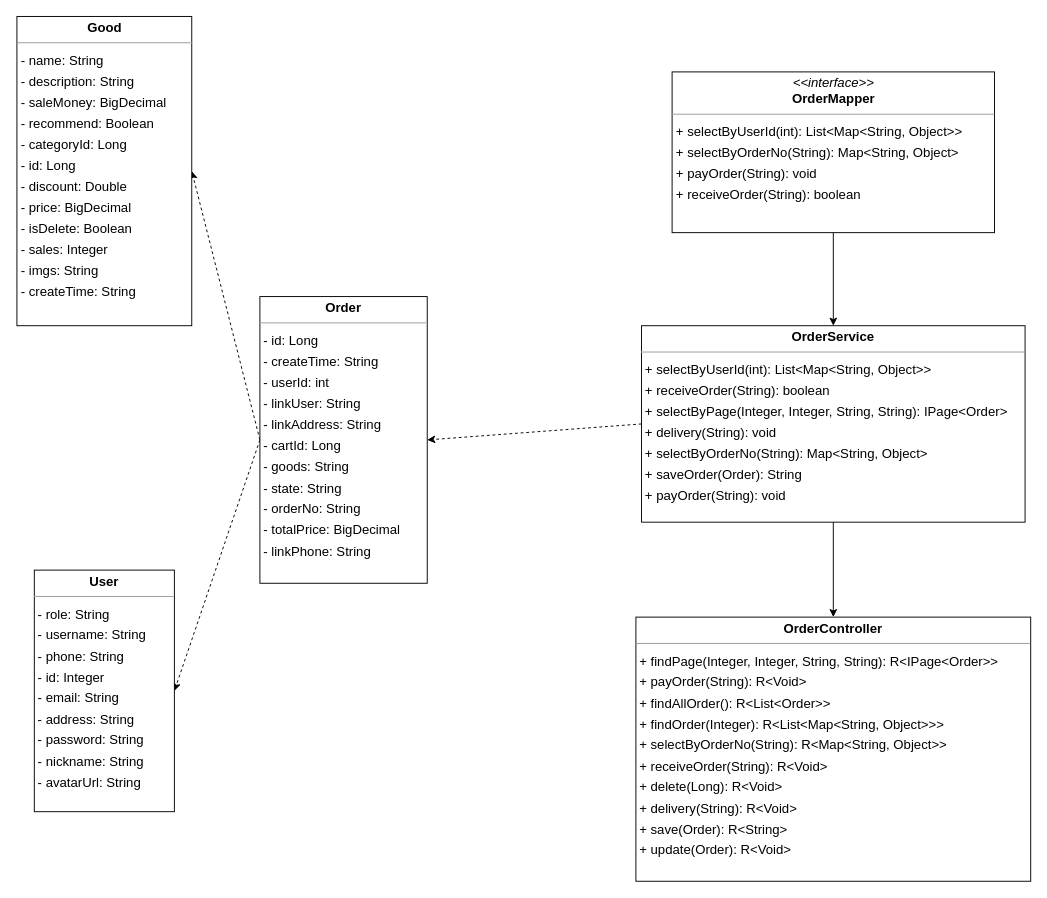
Above: order_uml.drawio in thinklive1/iodraw-files (draw.io), before the change. Source tidied: cells renumbered, new cells numbered last; positions are measured from the earlier drawing's top-left corner, leaving out a move shared by most shapes. Both pictures are drawn from the tidied source at 94%, with x=0, y=0 at pixel (17, 16).
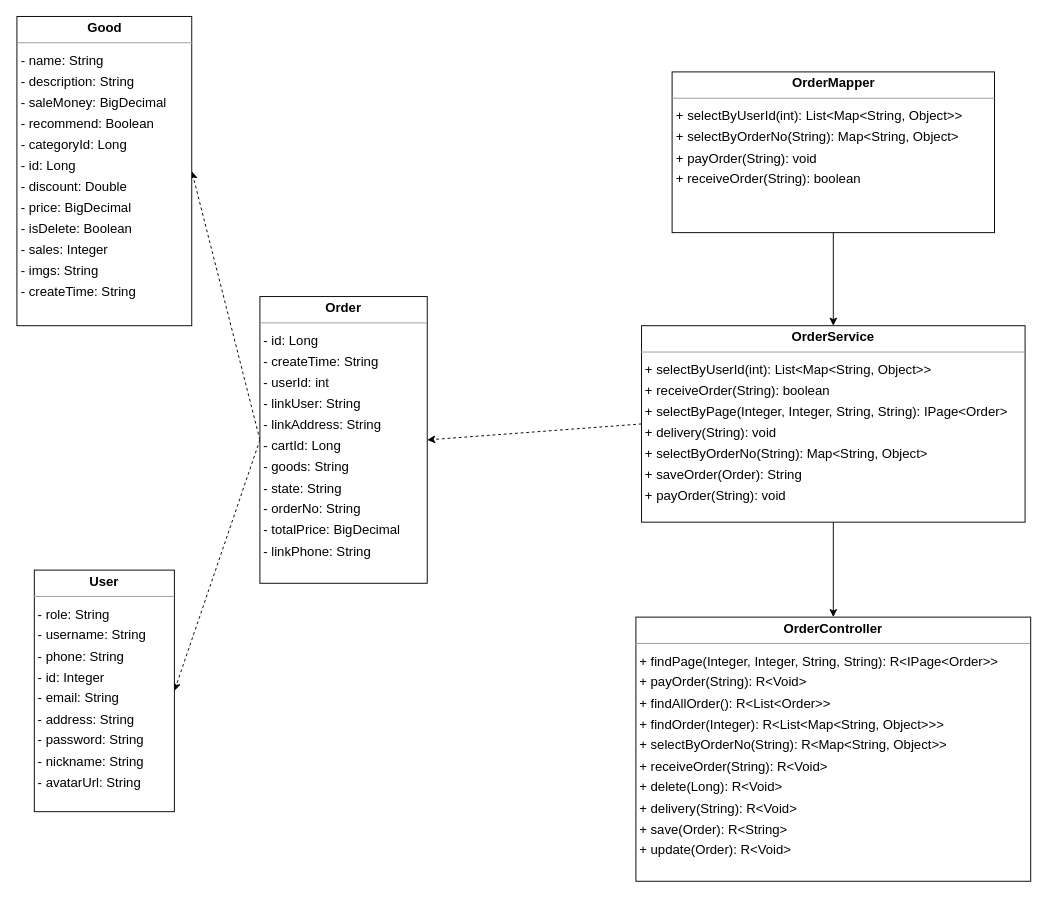
Above is the later version.

What changed in the source:
```diff
@@
 <mxGraphModel>
   <root>
     <mxCell id="0" />
     <mxCell id="1" parent="0" />
     <mxCell id="2" style="edgeStyle=none;rounded=0;jettySize=auto;html=1;strokeColor=default;align=center;verticalAlign=middle;fontFamily=Helvetica;fontSize=11;fontColor=default;labelBackgroundColor=default;endArrow=classic;" parent="1" edge="1" source="3" target="10">
       <mxGeometry relative="1" as="geometry" />
     </mxCell>
-    <mxCell id="3" value="&lt;p style=&quot;margin:0px;margin-top:4px;text-align:center;&quot;&gt;&lt;i&gt;&amp;lt;&amp;lt;interface&amp;gt;&amp;gt;&lt;/i&gt;&lt;br/&gt;&lt;b&gt;OrderMapper&lt;/b&gt;&lt;/p&gt;&lt;hr size=&quot;1&quot;/&gt;&lt;p style=&quot;margin:0 0 0 4px;line-height:1.6;&quot;&gt;+ selectByUserId(int): List&amp;lt;Map&amp;lt;String, Object&amp;gt;&amp;gt;&lt;br/&gt;+ selectByOrderNo(String): Map&amp;lt;String, Object&amp;gt;&lt;br/&gt;+ payOrder(String): void&lt;br/&gt;+ receiveOrder(String): boolean&lt;/p&gt;" style="verticalAlign=top;align=left;overflow=fill;fontSize=14;fontFamily=Helvetica;html=1;rounded=0;shadow=0;comic=0;labelBackgroundColor=none;strokeWidth=1;" parent="1" vertex="1">
+    <mxCell id="3" value="&lt;p style=&quot;margin:0px;margin-top:4px;text-align:center;&quot;&gt;&lt;b&gt;OrderMapper&lt;/b&gt;&lt;/p&gt;&lt;hr size=&quot;1&quot;&gt;&lt;p style=&quot;margin:0 0 0 4px;line-height:1.6;&quot;&gt;+ selectByUserId(int): List&amp;lt;Map&amp;lt;String, Object&amp;gt;&amp;gt;&lt;br&gt;+ selectByOrderNo(String): Map&amp;lt;String, Object&amp;gt;&lt;br&gt;+ payOrder(String): void&lt;br&gt;+ receiveOrder(String): boolean&lt;/p&gt;" style="verticalAlign=top;align=left;overflow=fill;fontSize=14;fontFamily=Helvetica;html=1;rounded=0;shadow=0;comic=0;labelBackgroundColor=none;strokeWidth=1;" parent="1" vertex="1">
       <mxGeometry x="696.5" y="59" width="343" height="171" as="geometry" />
     </mxCell>
     <mxCell id="4" style="edgeStyle=none;rounded=0;jettySize=auto;html=1;exitX=0;exitY=0.5;exitDx=0;exitDy=0;entryX=1;entryY=0.5;entryDx=0;entryDy=0;dashed=1;strokeColor=default;align=center;verticalAlign=middle;fontFamily=Helvetica;fontSize=11;fontColor=default;labelBackgroundColor=default;endArrow=classic;" parent="1" edge="1" source="6" target="12">
       <mxGeometry relative="1" as="geometry" />
     </mxCell>
     <mxCell id="5" style="edgeStyle=none;rounded=0;jettySize=auto;html=1;exitX=0;exitY=0.5;exitDx=0;exitDy=0;entryX=1;entryY=0.5;entryDx=0;entryDy=0;dashed=1;strokeColor=default;align=center;verticalAlign=middle;fontFamily=Helvetica;fontSize=11;fontColor=default;labelBackgroundColor=default;endArrow=classic;" parent="1" edge="1" source="6" target="11">
       <mxGeometry relative="1" as="geometry" />
     </mxCell>
     <mxCell id="6" value="&lt;p style=&quot;margin:0px;margin-top:4px;text-align:center;&quot;&gt;&lt;b&gt;Order&lt;/b&gt;&lt;/p&gt;&lt;hr size=&quot;1&quot;/&gt;&lt;p style=&quot;margin:0 0 0 4px;line-height:1.6;&quot;&gt;- id: Long&lt;br/&gt;- createTime: String&lt;br/&gt;- userId: int&lt;br/&gt;- linkUser: String&lt;br/&gt;- linkAddress: String&lt;br/&gt;- cartId: Long&lt;br/&gt;- goods: String&lt;br/&gt;- state: String&lt;br/&gt;- orderNo: String&lt;br/&gt;- totalPrice: BigDecimal&lt;br/&gt;- linkPhone: String&lt;/p&gt;" style="verticalAlign=top;align=left;overflow=fill;fontSize=14;fontFamily=Helvetica;html=1;rounded=0;shadow=0;comic=0;labelBackgroundColor=none;strokeWidth=1;" parent="1" vertex="1">
       <mxGeometry x="258" y="298" width="178" height="305" as="geometry" />
     </mxCell>
     <mxCell id="7" value="&lt;p style=&quot;margin:0px;margin-top:4px;text-align:center;&quot;&gt;&lt;b&gt;OrderController&lt;/b&gt;&lt;/p&gt;&lt;hr size=&quot;1&quot;/&gt;&lt;p style=&quot;margin:0 0 0 4px;line-height:1.6;&quot;&gt;+ findPage(Integer, Integer, String, String): R&amp;lt;IPage&amp;lt;Order&amp;gt;&amp;gt;&lt;br/&gt;+ payOrder(String): R&amp;lt;Void&amp;gt;&lt;br/&gt;+ findAllOrder(): R&amp;lt;List&amp;lt;Order&amp;gt;&amp;gt;&lt;br/&gt;+ findOrder(Integer): R&amp;lt;List&amp;lt;Map&amp;lt;String, Object&amp;gt;&amp;gt;&amp;gt;&lt;br/&gt;+ selectByOrderNo(String): R&amp;lt;Map&amp;lt;String, Object&amp;gt;&amp;gt;&lt;br/&gt;+ receiveOrder(String): R&amp;lt;Void&amp;gt;&lt;br/&gt;+ delete(Long): R&amp;lt;Void&amp;gt;&lt;br/&gt;+ delivery(String): R&amp;lt;Void&amp;gt;&lt;br/&gt;+ save(Order): R&amp;lt;String&amp;gt;&lt;br/&gt;+ update(Order): R&amp;lt;Void&amp;gt;&lt;/p&gt;" style="verticalAlign=top;align=left;overflow=fill;fontSize=14;fontFamily=Helvetica;html=1;rounded=0;shadow=0;comic=0;labelBackgroundColor=none;strokeWidth=1;" parent="1" vertex="1">
       <mxGeometry x="658" y="639" width="420" height="281" as="geometry" />
     </mxCell>
     <mxCell id="8" style="rounded=0;jettySize=auto;html=1;exitX=0;exitY=0.5;exitDx=0;exitDy=0;entryX=1;entryY=0.5;entryDx=0;entryDy=0;dashed=1;" parent="1" edge="1" source="10" target="6">
       <mxGeometry relative="1" as="geometry" />
     </mxCell>
     <mxCell id="9" style="edgeStyle=none;rounded=0;jettySize=auto;html=1;strokeColor=default;align=center;verticalAlign=middle;fontFamily=Helvetica;fontSize=11;fontColor=default;labelBackgroundColor=default;endArrow=classic;" parent="1" edge="1" source="10" target="7">
       <mxGeometry relative="1" as="geometry" />
     </mxCell>
     <mxCell id="10" value="&lt;p style=&quot;margin:0px;margin-top:4px;text-align:center;&quot;&gt;&lt;b&gt;OrderService&lt;/b&gt;&lt;/p&gt;&lt;hr size=&quot;1&quot;/&gt;&lt;p style=&quot;margin:0 0 0 4px;line-height:1.6;&quot;&gt;+ selectByUserId(int): List&amp;lt;Map&amp;lt;String, Object&amp;gt;&amp;gt;&lt;br/&gt;+ receiveOrder(String): boolean&lt;br/&gt;+ selectByPage(Integer, Integer, String, String): IPage&amp;lt;Order&amp;gt;&lt;br/&gt;+ delivery(String): void&lt;br/&gt;+ selectByOrderNo(String): Map&amp;lt;String, Object&amp;gt;&lt;br/&gt;+ saveOrder(Order): String&lt;br/&gt;+ payOrder(String): void&lt;/p&gt;" style="verticalAlign=top;align=left;overflow=fill;fontSize=14;fontFamily=Helvetica;html=1;rounded=0;shadow=0;comic=0;labelBackgroundColor=none;strokeWidth=1;" parent="1" vertex="1">
       <mxGeometry x="664" y="329" width="408" height="209" as="geometry" />
     </mxCell>
     <mxCell id="11" value="&lt;p style=&quot;margin:0px;margin-top:4px;text-align:center;&quot;&gt;&lt;b&gt;User&lt;/b&gt;&lt;/p&gt;&lt;hr size=&quot;1&quot;/&gt;&lt;p style=&quot;margin:0 0 0 4px;line-height:1.6;&quot;&gt;- role: String&lt;br/&gt;- username: String&lt;br/&gt;- phone: String&lt;br/&gt;- id: Integer&lt;br/&gt;- email: String&lt;br/&gt;- address: String&lt;br/&gt;- password: String&lt;br/&gt;- nickname: String&lt;br/&gt;- avatarUrl: String&lt;/p&gt;" style="verticalAlign=top;align=left;overflow=fill;fontSize=14;fontFamily=Helvetica;html=1;rounded=0;shadow=0;comic=0;labelBackgroundColor=none;strokeWidth=1;" parent="1" vertex="1">
       <mxGeometry x="18" y="589" width="149" height="257" as="geometry" />
     </mxCell>
     <mxCell id="12" value="&lt;p style=&quot;margin:0px;margin-top:4px;text-align:center;&quot;&gt;&lt;b&gt;Good&lt;/b&gt;&lt;/p&gt;&lt;hr size=&quot;1&quot;/&gt;&lt;p style=&quot;margin:0 0 0 4px;line-height:1.6;&quot;&gt;- name: String&lt;br/&gt;- description: String&lt;br/&gt;- saleMoney: BigDecimal&lt;br/&gt;- recommend: Boolean&lt;br/&gt;- categoryId: Long&lt;br/&gt;- id: Long&lt;br/&gt;- discount: Double&lt;br/&gt;- price: BigDecimal&lt;br/&gt;- isDelete: Boolean&lt;br/&gt;- sales: Integer&lt;br/&gt;- imgs: String&lt;br/&gt;- createTime: String&lt;/p&gt;" style="verticalAlign=top;align=left;overflow=fill;fontSize=14;fontFamily=Helvetica;html=1;rounded=0;shadow=0;comic=0;labelBackgroundColor=none;strokeWidth=1;" parent="1" vertex="1">
       <mxGeometry x="-0.5" width="186" height="329" as="geometry" />
     </mxCell>
   </root>
 </mxGraphModel>
```
